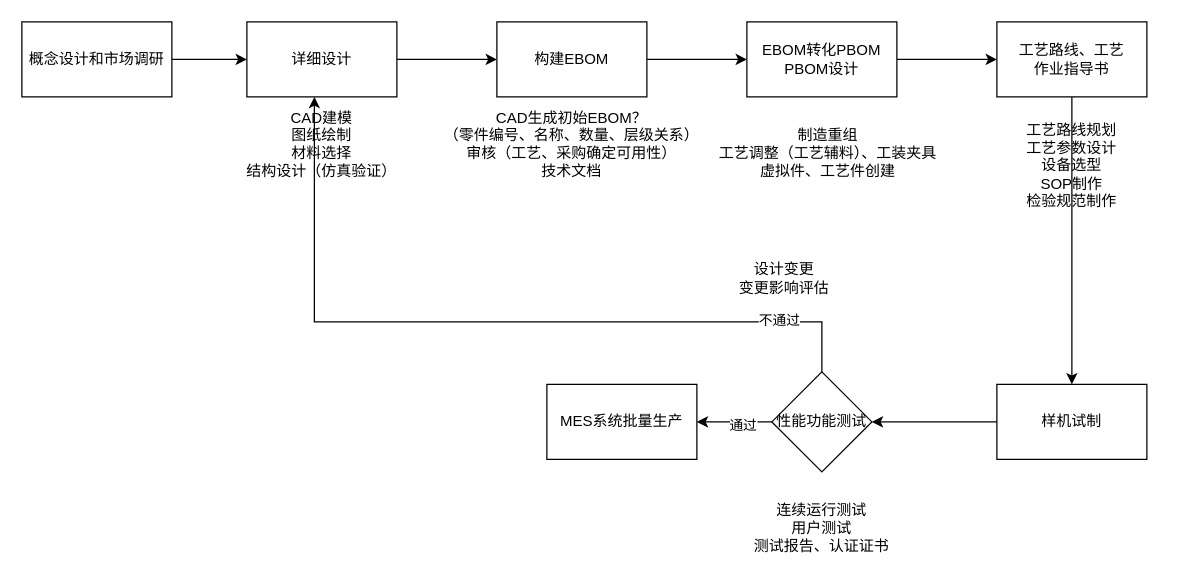
Earlier version of the draw.io diagram SDM委托流程.drawio (fxfng/hello-world). Source tidied: cells renumbered, new cells numbered last; positions are measured from the earlier drawing's top-left corner, leaving out a move shared by most shapes. Both pictures are drawn from the tidied source at 125%, with x=0, y=0 at pixel (21, 21).
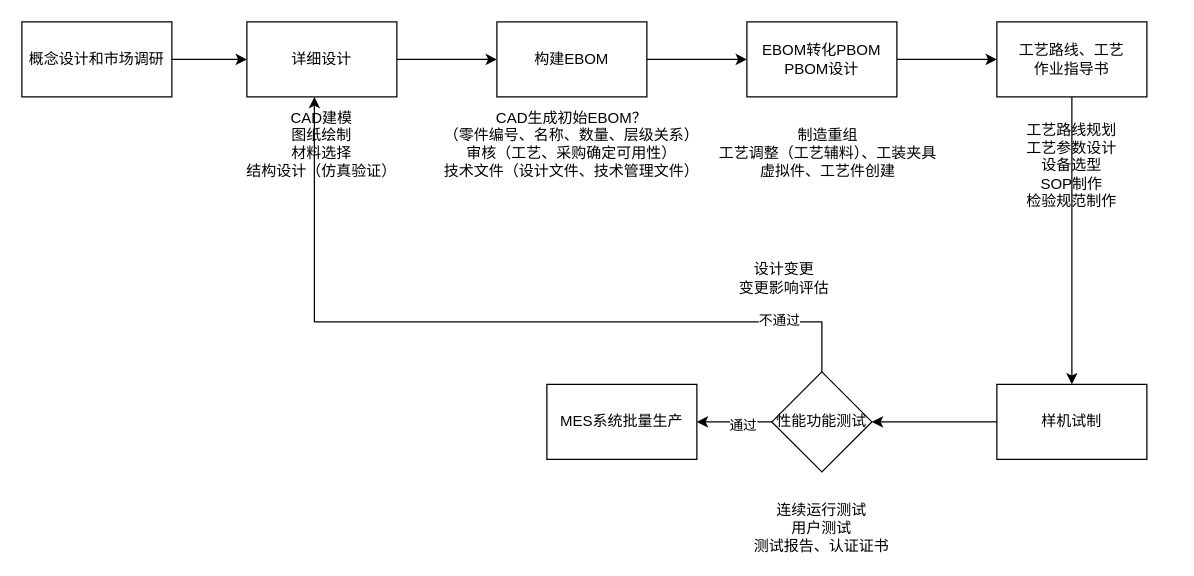
Above is the later version.

Commit message:
补充技术文档说明.drawio

Diff of the diagram source:
```diff
@@
-    <mxCell id="11" value="CAD生成初始EBOM？&lt;br&gt;（零件编号、名称、数量、层级关系）&lt;br&gt;审核（工艺、采购确定可用性）&lt;br&gt;技术文档&lt;br&gt;&lt;div&gt;&lt;div&gt;&lt;br&gt;&lt;/div&gt;&lt;/div&gt;" style="text;html=1;align=center;verticalAlign=middle;whiteSpace=wrap;rounded=0;" parent="1" vertex="1">
+    <mxCell id="11" value="CAD生成初始EBOM？&lt;br&gt;（零件编号、名称、数量、层级关系）&lt;br&gt;审核（工艺、采购确定可用性）&lt;br&gt;技术文件（设计文件、技术管理文件）&lt;br&gt;&lt;div&gt;&lt;div&gt;&lt;br&gt;&lt;/div&gt;&lt;/div&gt;" style="text;html=1;align=center;verticalAlign=middle;whiteSpace=wrap;rounded=0;" parent="1" vertex="1">
       <mxGeometry x="325" y="90" width="230" height="30" as="geometry" />
     </mxCell>
```
